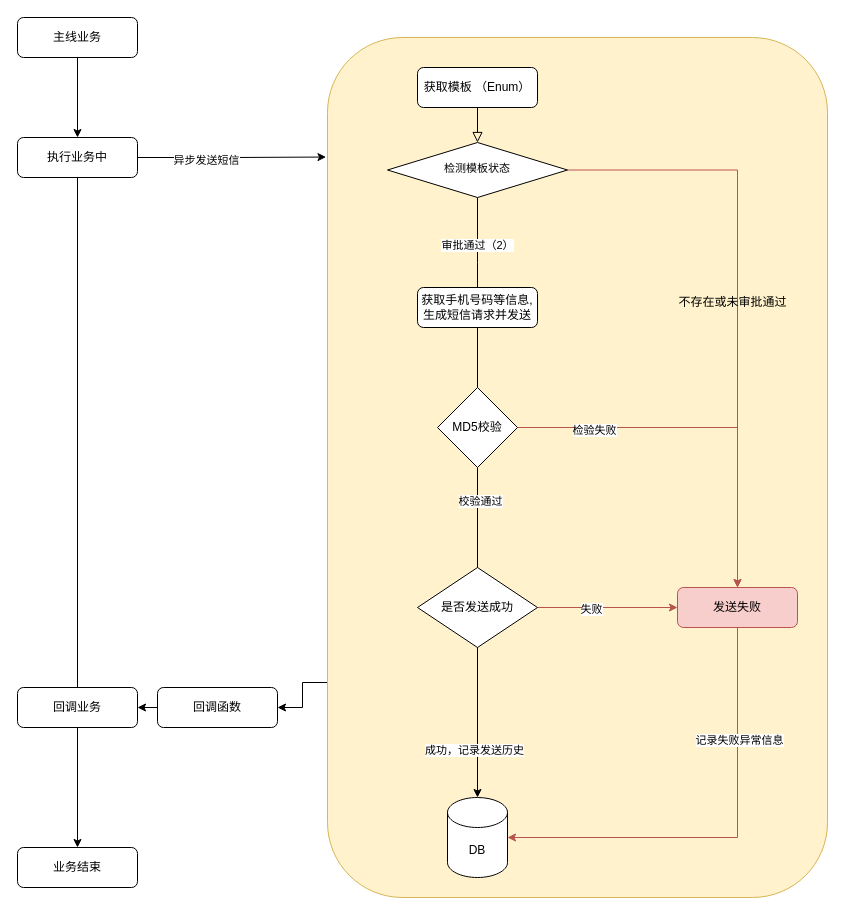
Leo-Lee-j/sketch keeps this draw.io diagram as 未命名绘图.drawio. Above is the earlier version. Source tidied: cells renumbered, new cells numbered last; positions are measured from the earlier drawing's top-left corner, leaving out a move shared by most shapes. Both pictures are drawn from the tidied source at 100%, with x=0, y=0 at pixel (17, 17).
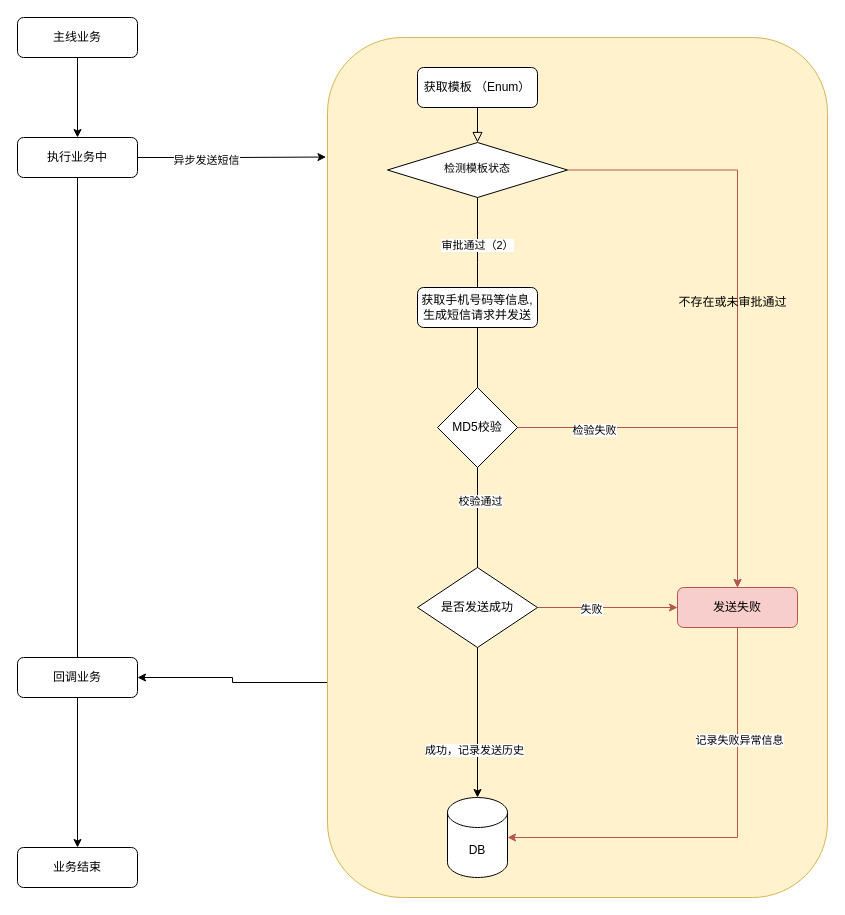
The same page after the edit.

Commit message:
更新未命名绘图.drawio

Unchanged cells that the change refers to:
```xml
<mxCell id="3" style="rounded=1;whiteSpace=wrap;html=1;fillColor=#fff2cc;strokeColor=#d6b656;" parent="1" vertex="1">
  <mxGeometry x="310" y="20" width="500" height="860" as="geometry" />
</mxCell>
```

What changed in the source:
```diff
@@
-    <mxCell id="2" style="edgeStyle=orthogonalEdgeStyle;rounded=0;jettySize=auto;html=1;exitX=0;exitY=0.75;exitDx=0;exitDy=0;entryX=1;entryY=0.5;entryDx=0;entryDy=0;" parent="1" edge="1" source="3" target="35">
-      <mxGeometry relative="1" as="geometry" />
-    </mxCell>
+    <mxCell id="38" style="edgeStyle=orthogonalEdgeStyle;rounded=0;jettySize=auto;html=1;exitX=0;exitY=0.75;exitDx=0;exitDy=0;entryX=1;entryY=0.5;entryDx=0;entryDy=0;" parent="1" edge="1" source="3" target="36">
+      <mxGeometry relative="1" as="geometry" />
+    </mxCell>
@@
-    <mxCell id="34" style="edgeStyle=orthogonalEdgeStyle;rounded=0;jettySize=auto;html=1;exitX=0;exitY=0.5;exitDx=0;exitDy=0;entryX=1;entryY=0.5;entryDx=0;entryDy=0;" parent="1" edge="1" source="35" target="36">
-      <mxGeometry relative="1" as="geometry" />
-    </mxCell>
-    <mxCell id="35" value="回调函数" style="rounded=1;whiteSpace=wrap;html=1;" parent="1" vertex="1">
-      <mxGeometry x="140" y="670" width="120" height="40" as="geometry" />
-    </mxCell>
     <mxCell id="36" value="回调业务" style="rounded=1;whiteSpace=wrap;html=1;" parent="1" vertex="1">
-      <mxGeometry y="670" width="120" height="40" as="geometry" />
+      <mxGeometry y="640" width="120" height="40" as="geometry" />
     </mxCell>
```
